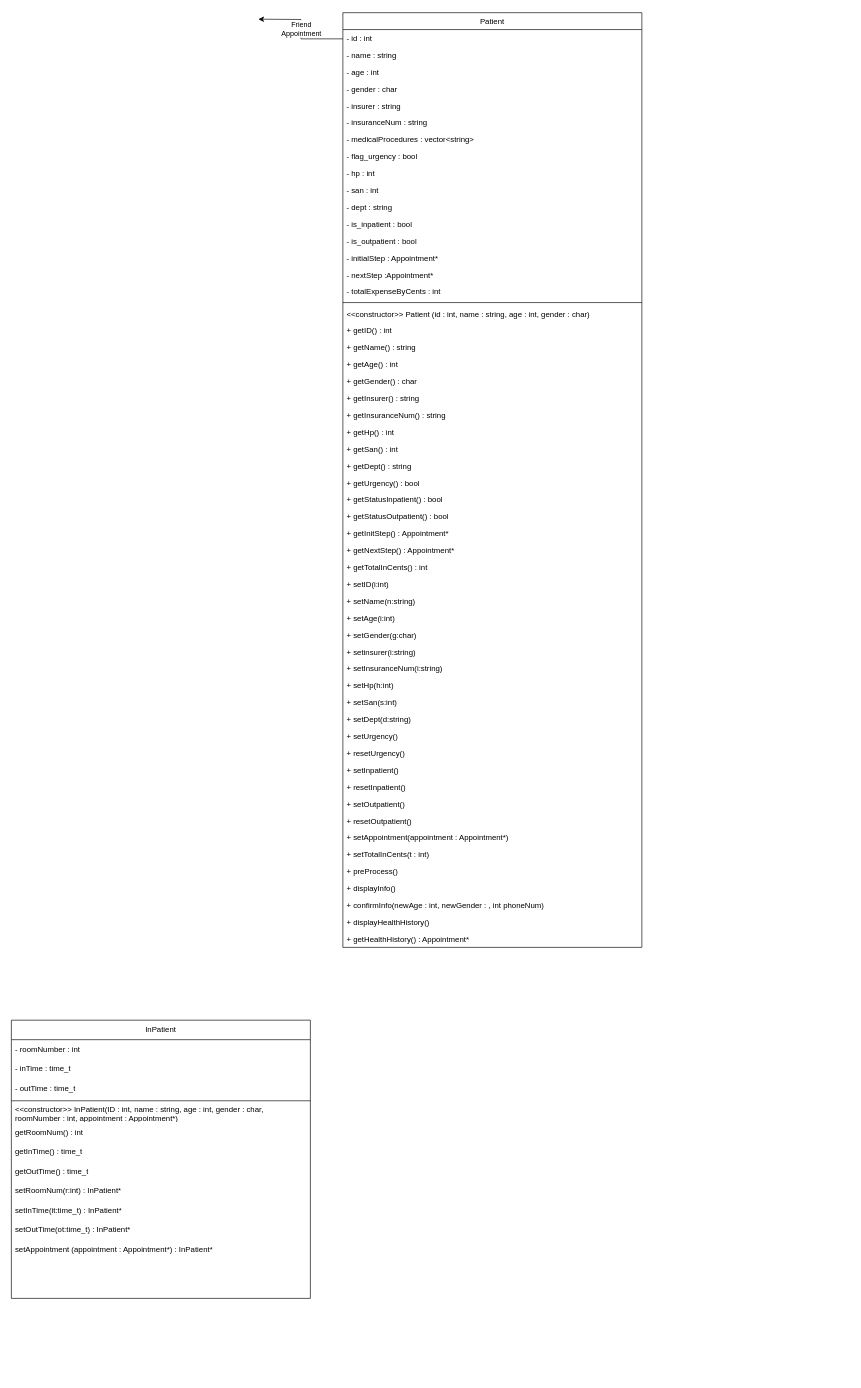
This is docs/Patient.drawio from StewieTech/projectHMS, a draw.io file, before an edit. Source tidied: cells renumbered, new cells numbered last; positions are measured from the earlier drawing's top-left corner, leaving out a move shared by most shapes. Both pictures are drawn from the tidied source at 65%, with x=0, y=0 at pixel (11, 12).
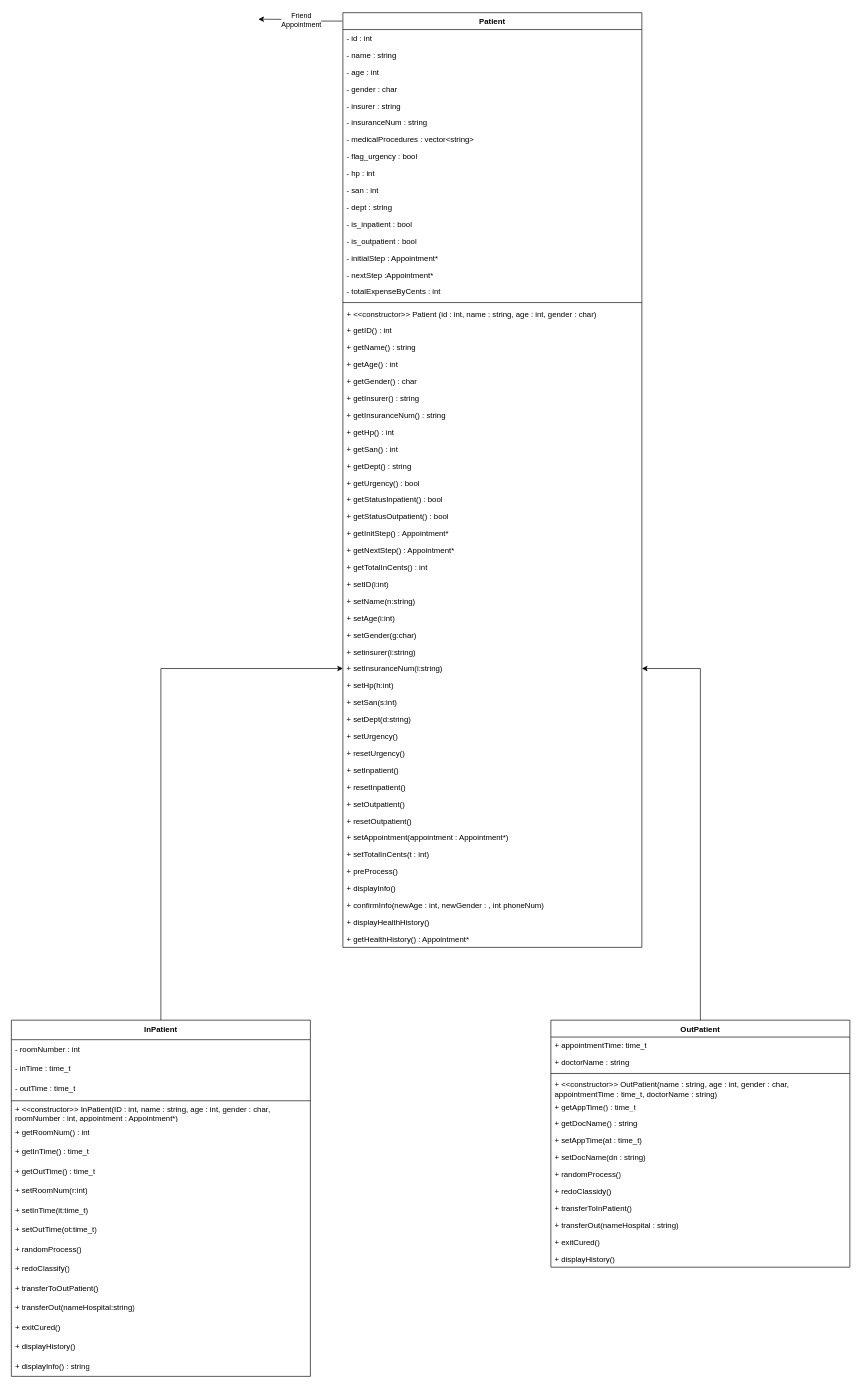
The same page after the edit.

The change refers to these unchanged cells:
```xml
<mxCell id="42" value="+ setInsuranceNum(i:string)" style="text;align=left;verticalAlign=top;spacingLeft=4;spacingRight=4;overflow=hidden;points=[[0,0.5],[1,0.5]];portConstraint=eastwest;" parent="3" vertex="1">
  <mxGeometry y="996" width="460" height="26" as="geometry" />
</mxCell>
```

Diff of the diagram source:
```diff
@@
-    <mxCell id="2" value="&lt;div&gt;Friend &lt;br&gt;&lt;/div&gt;&lt;div&gt;Appointment&lt;br&gt;&lt;/div&gt;" style="edgeStyle=orthogonalEdgeStyle;rounded=0;jettySize=auto;html=1;exitX=0;exitY=0.028;exitDx=0;exitDy=0;exitPerimeter=0;" parent="1" edge="1" source="3">
+    <mxCell id="2" value="&lt;div&gt;Friend &lt;br&gt;&lt;/div&gt;&lt;div&gt;Appointment&lt;br&gt;&lt;/div&gt;" style="edgeStyle=orthogonalEdgeStyle;rounded=0;jettySize=auto;html=1;exitX=-0.001;exitY=0.009;exitDx=0;exitDy=0;exitPerimeter=0;" parent="1" edge="1" source="3">
       <mxGeometry relative="1" as="geometry">
         <mxPoint x="380" y="10" as="targetPoint" />
       </mxGeometry>
     </mxCell>
-    <mxCell id="3" value="Patient" style="swimlane;fontStyle=0;align=center;verticalAlign=top;horizontal=1;startSize=26;rounded=0;shadow=0;strokeWidth=1;" parent="1" vertex="1">
+    <mxCell id="3" value="Patient" style="swimlane;fontStyle=1;align=center;verticalAlign=top;horizontal=1;startSize=26;rounded=0;shadow=0;strokeWidth=1;" parent="1" vertex="1">
       <mxGeometry x="510" width="460" height="1438" as="geometry" />
     </mxCell>
@@
-    <mxCell id="21" value="&lt;&lt;constructor&gt;&gt; Patient (id : int, name : string, age : int, gender : char)" style="text;align=left;verticalAlign=top;spacingLeft=4;spacingRight=4;overflow=hidden;" parent="3" vertex="1">
+    <mxCell id="21" value="+ &lt;&lt;constructor&gt;&gt; Patient (id : int, name : string, age : int, gender : char)" style="text;align=left;verticalAlign=top;spacingLeft=4;spacingRight=4;overflow=hidden;" parent="3" vertex="1">
       <mxGeometry y="450" width="460" height="26" as="geometry" />
     </mxCell>
@@
+    <mxCell id="74" style="edgeStyle=orthogonalEdgeStyle;rounded=0;jettySize=auto;html=1;entryX=0;entryY=0.5;entryDx=0;entryDy=0;" parent="1" edge="1" source="59" target="42">
+      <mxGeometry relative="1" as="geometry" />
+    </mxCell>
-    <mxCell id="59" value="InPatient" style="swimlane;fontStyle=0;horizontal=1;startSize=30;whiteSpace=wrap;html=1;" parent="1" vertex="1">
-      <mxGeometry y="1550" width="460" height="428" as="geometry" />
+    <mxCell id="59" value="&lt;b&gt;InPatient&lt;/b&gt;" style="swimlane;fontStyle=0;horizontal=1;startSize=30;whiteSpace=wrap;html=1;" parent="1" vertex="1">
+      <mxGeometry y="1550" width="460" height="548" as="geometry" />
     </mxCell>
@@
-    <mxCell id="64" value="&amp;lt;&amp;lt;constructor&amp;gt;&amp;gt; InPatient(ID : int, name : string, age : int, gender : char, roomNumber : int, appointment : Appointment*)" style="text;strokeColor=none;fillColor=none;align=left;verticalAlign=middle;spacingLeft=4;spacingRight=4;overflow=hidden;whiteSpace=wrap;html=1;" parent="59" vertex="1">
+    <mxCell id="64" value="+ &amp;lt;&amp;lt;constructor&amp;gt;&amp;gt; InPatient(ID : int, name : string, age : int, gender : char, roomNumber : int, appointment : Appointment*)" style="text;strokeColor=none;fillColor=none;align=left;verticalAlign=middle;spacingLeft=4;spacingRight=4;overflow=hidden;whiteSpace=wrap;html=1;" parent="59" vertex="1">
       <mxGeometry y="128" width="460" height="30" as="geometry" />
     </mxCell>
-    <mxCell id="65" value="getRoomNum() : int" style="text;strokeColor=none;fillColor=none;align=left;verticalAlign=middle;spacingLeft=4;spacingRight=4;overflow=hidden;whiteSpace=wrap;html=1;" parent="59" vertex="1">
+    <mxCell id="65" value="+ getRoomNum() : int" style="text;strokeColor=none;fillColor=none;align=left;verticalAlign=middle;spacingLeft=4;spacingRight=4;overflow=hidden;whiteSpace=wrap;html=1;" parent="59" vertex="1">
       <mxGeometry y="158" width="460" height="30" as="geometry" />
     </mxCell>
-    <mxCell id="66" value="getInTime() : time_t" style="text;strokeColor=none;fillColor=none;align=left;verticalAlign=middle;spacingLeft=4;spacingRight=4;overflow=hidden;whiteSpace=wrap;html=1;" parent="59" vertex="1">
+    <mxCell id="66" value="+ getInTime() : time_t" style="text;strokeColor=none;fillColor=none;align=left;verticalAlign=middle;spacingLeft=4;spacingRight=4;overflow=hidden;whiteSpace=wrap;html=1;" parent="59" vertex="1">
       <mxGeometry y="188" width="460" height="30" as="geometry" />
     </mxCell>
-    <mxCell id="67" value="getOutTime() : time_t" style="text;strokeColor=none;fillColor=none;align=left;verticalAlign=middle;spacingLeft=4;spacingRight=4;overflow=hidden;whiteSpace=wrap;html=1;" parent="59" vertex="1">
+    <mxCell id="67" value="+ getOutTime() : time_t" style="text;strokeColor=none;fillColor=none;align=left;verticalAlign=middle;spacingLeft=4;spacingRight=4;overflow=hidden;whiteSpace=wrap;html=1;" parent="59" vertex="1">
       <mxGeometry y="218" width="460" height="30" as="geometry" />
     </mxCell>
-    <mxCell id="68" value="setRoomNum(r:int) : InPatient*" style="text;strokeColor=none;fillColor=none;align=left;verticalAlign=middle;spacingLeft=4;spacingRight=4;overflow=hidden;whiteSpace=wrap;html=1;" parent="59" vertex="1">
+    <mxCell id="68" value="+ setRoomNum(r:int) " style="text;strokeColor=none;fillColor=none;align=left;verticalAlign=middle;spacingLeft=4;spacingRight=4;overflow=hidden;whiteSpace=wrap;html=1;" parent="59" vertex="1">
       <mxGeometry y="248" width="460" height="30" as="geometry" />
     </mxCell>
-    <mxCell id="69" value="setInTime(it:time_t) : InPatient*" style="text;strokeColor=none;fillColor=none;align=left;verticalAlign=middle;spacingLeft=4;spacingRight=4;overflow=hidden;whiteSpace=wrap;html=1;" parent="59" vertex="1">
+    <mxCell id="69" value="+ setInTime(it:time_t)" style="text;strokeColor=none;fillColor=none;align=left;verticalAlign=middle;spacingLeft=4;spacingRight=4;overflow=hidden;whiteSpace=wrap;html=1;" parent="59" vertex="1">
       <mxGeometry y="278" width="460" height="30" as="geometry" />
     </mxCell>
-    <mxCell id="70" value="setOutTime(ot:time_t) : InPatient*" style="text;strokeColor=none;fillColor=none;align=left;verticalAlign=middle;spacingLeft=4;spacingRight=4;overflow=hidden;whiteSpace=wrap;html=1;" parent="59" vertex="1">
+    <mxCell id="70" value="+ setOutTime(ot:time_t)" style="text;strokeColor=none;fillColor=none;align=left;verticalAlign=middle;spacingLeft=4;spacingRight=4;overflow=hidden;whiteSpace=wrap;html=1;" parent="59" vertex="1">
       <mxGeometry y="308" width="460" height="30" as="geometry" />
     </mxCell>
-    <mxCell id="71" value="setAppointment (appointment : Appointment*) : InPatient*" style="text;strokeColor=none;fillColor=none;align=left;verticalAlign=middle;spacingLeft=4;spacingRight=4;overflow=hidden;whiteSpace=wrap;html=1;" parent="59" vertex="1">
+    <mxCell id="71" value="+ randomProcess()" style="text;strokeColor=none;fillColor=none;align=left;verticalAlign=middle;spacingLeft=4;spacingRight=4;overflow=hidden;whiteSpace=wrap;html=1;" parent="59" vertex="1">
       <mxGeometry y="338" width="460" height="30" as="geometry" />
     </mxCell>
-    <mxCell id="72" style="text;strokeColor=none;fillColor=none;align=left;verticalAlign=middle;spacingLeft=4;spacingRight=4;overflow=hidden;whiteSpace=wrap;html=1;" parent="59" vertex="1">
+    <mxCell id="72" value="+ redoClassify()" style="text;strokeColor=none;fillColor=none;align=left;verticalAlign=middle;spacingLeft=4;spacingRight=4;overflow=hidden;whiteSpace=wrap;html=1;" parent="59" vertex="1">
       <mxGeometry y="368" width="460" height="30" as="geometry" />
     </mxCell>
-    <mxCell id="73" style="text;strokeColor=none;fillColor=none;align=left;verticalAlign=middle;spacingLeft=4;spacingRight=4;overflow=hidden;whiteSpace=wrap;html=1;" parent="59" vertex="1">
+    <mxCell id="73" value="+ transferToOutPatient()" style="text;strokeColor=none;fillColor=none;align=left;verticalAlign=middle;spacingLeft=4;spacingRight=4;overflow=hidden;whiteSpace=wrap;html=1;" parent="59" vertex="1">
       <mxGeometry y="398" width="460" height="30" as="geometry" />
     </mxCell>
+    <mxCell id="75" value="+ transferOut(nameHospital:string)" style="text;strokeColor=none;fillColor=none;align=left;verticalAlign=middle;spacingLeft=4;spacingRight=4;overflow=hidden;whiteSpace=wrap;html=1;" parent="59" vertex="1">
+      <mxGeometry y="428" width="460" height="30" as="geometry" />
+    </mxCell>
+    <mxCell id="76" value="+ exitCured()" style="text;strokeColor=none;fillColor=none;align=left;verticalAlign=middle;spacingLeft=4;spacingRight=4;overflow=hidden;whiteSpace=wrap;html=1;" parent="59" vertex="1">
+      <mxGeometry y="458" width="460" height="30" as="geometry" />
+    </mxCell>
+    <mxCell id="77" value="+ displayHistory()" style="text;strokeColor=none;fillColor=none;align=left;verticalAlign=middle;spacingLeft=4;spacingRight=4;overflow=hidden;whiteSpace=wrap;html=1;" parent="59" vertex="1">
+      <mxGeometry y="488" width="460" height="30" as="geometry" />
+    </mxCell>
+    <mxCell id="78" value="+ displayInfo() : string" style="text;strokeColor=none;fillColor=none;align=left;verticalAlign=middle;spacingLeft=4;spacingRight=4;overflow=hidden;whiteSpace=wrap;html=1;" parent="59" vertex="1">
+      <mxGeometry y="518" width="460" height="30" as="geometry" />
+    </mxCell>
+    <mxCell id="79" style="edgeStyle=orthogonalEdgeStyle;rounded=0;jettySize=auto;html=1;entryX=1;entryY=0.5;entryDx=0;entryDy=0;" parent="1" edge="1" source="80" target="42">
+      <mxGeometry relative="1" as="geometry" />
+    </mxCell>
+    <mxCell id="80" value="OutPatient" style="swimlane;fontStyle=1;align=center;verticalAlign=top;horizontal=1;startSize=26;whiteSpace=wrap;html=1;" parent="1" vertex="1">
+      <mxGeometry x="830" y="1550" width="460" height="380" as="geometry" />
+    </mxCell>
+    <mxCell id="81" value="+ appointmentTime: time_t" style="text;strokeColor=none;fillColor=none;align=left;verticalAlign=top;spacingLeft=4;spacingRight=4;overflow=hidden;whiteSpace=wrap;html=1;" parent="80" vertex="1">
+      <mxGeometry y="26" width="460" height="26" as="geometry" />
+    </mxCell>
+    <mxCell id="82" value="+ doctorName : string" style="text;strokeColor=none;fillColor=none;align=left;verticalAlign=top;spacingLeft=4;spacingRight=4;overflow=hidden;whiteSpace=wrap;html=1;" parent="80" vertex="1">
+      <mxGeometry y="52" width="460" height="26" as="geometry" />
+    </mxCell>
+    <mxCell id="83" style="line;strokeWidth=1;fillColor=none;align=left;verticalAlign=middle;spacingTop=-1;spacingLeft=3;spacingRight=3;labelPosition=right;strokeColor=inherit;" parent="80" vertex="1">
+      <mxGeometry y="78" width="460" height="8" as="geometry" />
+    </mxCell>
+    <mxCell id="84" value="+ &amp;lt;&amp;lt;constructor&amp;gt;&amp;gt; OutPatient(name : string, age : int, gender : char, appointmentTime : time_t, doctorName : string)" style="text;strokeColor=none;fillColor=none;align=left;verticalAlign=top;spacingLeft=4;spacingRight=4;overflow=hidden;whiteSpace=wrap;html=1;" parent="80" vertex="1">
+      <mxGeometry y="86" width="460" height="34" as="geometry" />
+    </mxCell>
+    <mxCell id="85" value="+ getAppTime() : time_t" style="text;strokeColor=none;fillColor=none;align=left;verticalAlign=top;spacingLeft=4;spacingRight=4;overflow=hidden;whiteSpace=wrap;html=1;" parent="80" vertex="1">
+      <mxGeometry y="120" width="460" height="26" as="geometry" />
+    </mxCell>
+    <mxCell id="86" value="+ getDocName() : string" style="text;strokeColor=none;fillColor=none;align=left;verticalAlign=top;spacingLeft=4;spacingRight=4;overflow=hidden;whiteSpace=wrap;html=1;" parent="80" vertex="1">
+      <mxGeometry y="146" width="460" height="26" as="geometry" />
+    </mxCell>
+    <mxCell id="87" value="+ setAppTime(at : time_t)" style="text;strokeColor=none;fillColor=none;align=left;verticalAlign=top;spacingLeft=4;spacingRight=4;overflow=hidden;whiteSpace=wrap;html=1;" parent="80" vertex="1">
+      <mxGeometry y="172" width="460" height="26" as="geometry" />
+    </mxCell>
+    <mxCell id="88" value="+ setDocName(dn : string)" style="text;strokeColor=none;fillColor=none;align=left;verticalAlign=top;spacingLeft=4;spacingRight=4;overflow=hidden;whiteSpace=wrap;html=1;" parent="80" vertex="1">
+      <mxGeometry y="198" width="460" height="26" as="geometry" />
+    </mxCell>
+    <mxCell id="89" value="+ randomProcess()" style="text;strokeColor=none;fillColor=none;align=left;verticalAlign=top;spacingLeft=4;spacingRight=4;overflow=hidden;whiteSpace=wrap;html=1;" parent="80" vertex="1">
+      <mxGeometry y="224" width="460" height="26" as="geometry" />
+    </mxCell>
+    <mxCell id="90" value="+ redoClassidy()" style="text;strokeColor=none;fillColor=none;align=left;verticalAlign=top;spacingLeft=4;spacingRight=4;overflow=hidden;whiteSpace=wrap;html=1;" parent="80" vertex="1">
+      <mxGeometry y="250" width="460" height="26" as="geometry" />
+    </mxCell>
+    <mxCell id="91" value="+ transferToInPatient()" style="text;strokeColor=none;fillColor=none;align=left;verticalAlign=top;spacingLeft=4;spacingRight=4;overflow=hidden;whiteSpace=wrap;html=1;" parent="80" vertex="1">
+      <mxGeometry y="276" width="460" height="26" as="geometry" />
+    </mxCell>
+    <mxCell id="92" value="+ transferOut(nameHospital : string)" style="text;strokeColor=none;fillColor=none;align=left;verticalAlign=top;spacingLeft=4;spacingRight=4;overflow=hidden;whiteSpace=wrap;html=1;" parent="80" vertex="1">
+      <mxGeometry y="302" width="460" height="26" as="geometry" />
+    </mxCell>
+    <mxCell id="93" value="+ exitCured()" style="text;strokeColor=none;fillColor=none;align=left;verticalAlign=top;spacingLeft=4;spacingRight=4;overflow=hidden;whiteSpace=wrap;html=1;" parent="80" vertex="1">
+      <mxGeometry y="328" width="460" height="26" as="geometry" />
+    </mxCell>
+    <mxCell id="94" value="+ displayHistory()" style="text;strokeColor=none;fillColor=none;align=left;verticalAlign=top;spacingLeft=4;spacingRight=4;overflow=hidden;whiteSpace=wrap;html=1;" parent="80" vertex="1">
+      <mxGeometry y="354" width="460" height="26" as="geometry" />
+    </mxCell>
```
